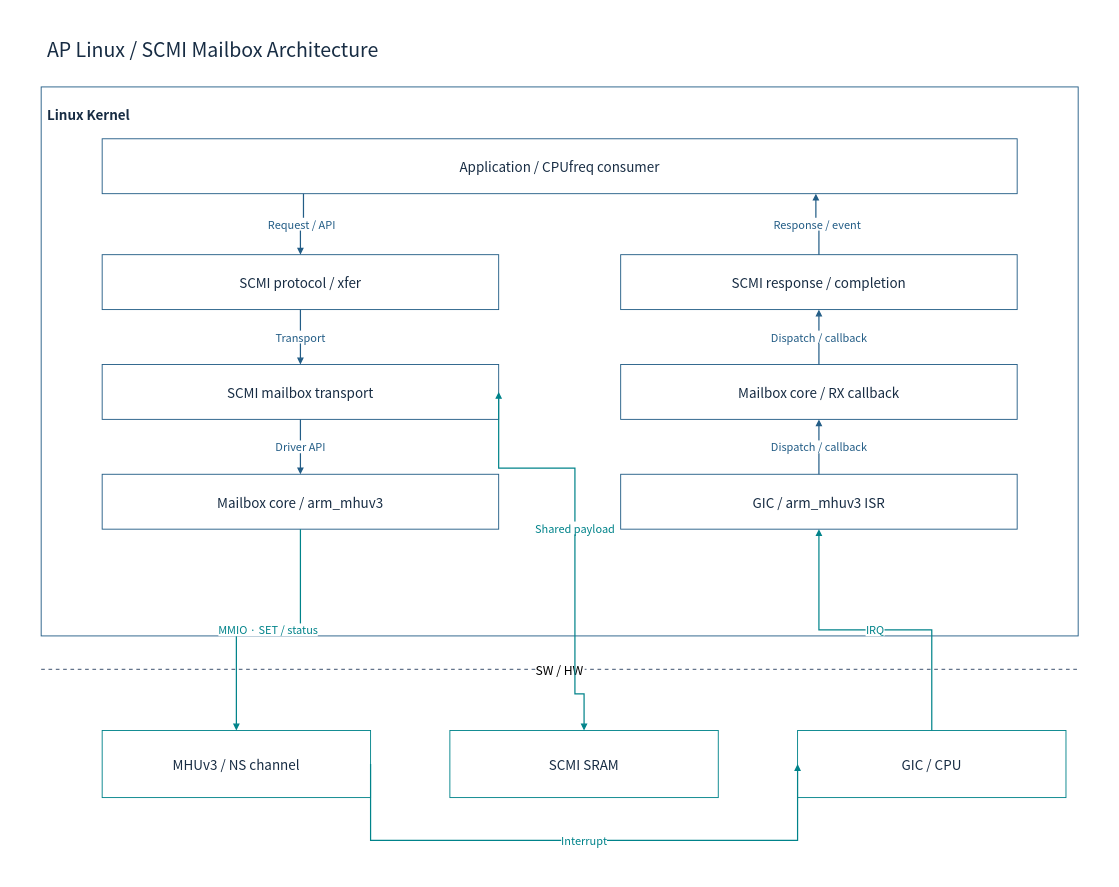
Earlier version of the draw.io diagram page "09-linux-software" (11 of 25) of doc/phase1/mailbox/apollo-mailbox-architecture.drawio (cometzero/project-apollo). Source tidied: cells renumbered, new cells numbered last; positions are measured from the earlier drawing's top-left corner, leaving out a move shared by most shapes. Both pictures are drawn from the tidied source at 61%, with x=0, y=0 at pixel (10, 10).
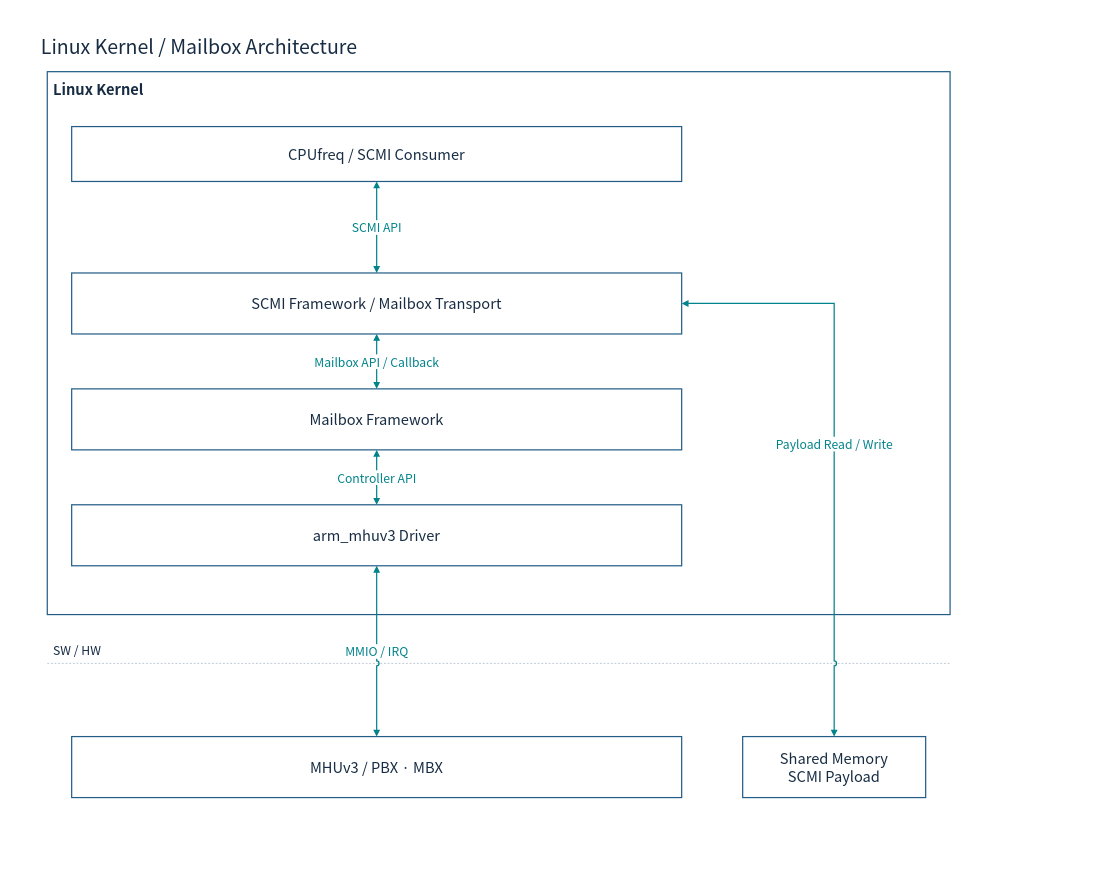
After the change.

Commit message (it also covers changes not shown here):
docs(mailbox): clarify topology and diagrams

Diff of the diagram source:
```diff
@@
-    <mxCell id="2" style="rounded=0;whiteSpace=wrap;html=1;fillColor=#FFFFFF;strokeColor=none;strokeWidth=1.5;fontColor=#172C43;fontFamily=Noto Sans CJK KR;fontSize=22;spacing=10;" parent="1" vertex="1">
-      <mxGeometry width="1800" height="1420" as="geometry" />
+    <mxCell id="2" style="rounded=0;whiteSpace=wrap;html=1;fillColor=#FFFFFF;strokeColor=#235D86;strokeWidth=2;fontColor=#172C43;fontFamily=Noto Sans CJK KR;fontSize=24;spacing=10;strokeColor=none;" parent="1" vertex="1">
+      <mxGeometry width="1600" height="1400" as="geometry" />
     </mxCell>
-    <mxCell id="3" value="AP Linux / SCMI Mailbox Architecture" style="rounded=0;whiteSpace=wrap;html=1;fillColor=#FFFFFF;strokeColor=none;strokeWidth=1.5;fontColor=#172C43;fontFamily=Noto Sans CJK KR;fontSize=22;spacing=10;fontSize=32;align=left;" parent="1" vertex="1">
-      <mxGeometry x="50" y="30" width="1700" height="65" as="geometry" />
+    <mxCell id="3" value="Linux Kernel / Mailbox Architecture" style="rounded=0;whiteSpace=wrap;html=1;fillColor=#FFFFFF;strokeColor=#235D86;strokeWidth=2;fontColor=#172C43;fontFamily=Noto Sans CJK KR;fontSize=24;spacing=10;strokeColor=none;fontSize=32;align=left;" parent="1" vertex="1">
+      <mxGeometry x="40" y="25" width="1520" height="65" as="geometry" />
     </mxCell>
-    <mxCell id="4" value="Linux Kernel" style="rounded=0;whiteSpace=wrap;html=1;fillColor=#FFFFFF;strokeColor=#235D86;strokeWidth=1.5;fontColor=#172C43;fontFamily=Noto Sans CJK KR;fontSize=22;spacing=10;verticalAlign=top;fontStyle=1;spacingTop=16;align=left;" parent="1" vertex="1">
-      <mxGeometry x="50" y="125" width="1700" height="900" as="geometry" />
+    <mxCell id="4" value="Linux Kernel" style="rounded=0;whiteSpace=wrap;html=1;fillColor=#FFFFFF;strokeColor=#235D86;strokeWidth=2;fontColor=#172C43;fontFamily=Noto Sans CJK KR;fontSize=24;spacing=10;verticalAlign=top;align=left;fontStyle=1;" parent="1" vertex="1">
+      <mxGeometry x="60" y="100" width="1480" height="890" as="geometry" />
     </mxCell>
-    <mxCell id="5" value="Application / CPUfreq consumer" style="rounded=0;whiteSpace=wrap;html=1;fillColor=#FFFFFF;strokeColor=#235D86;strokeWidth=1.5;fontColor=#172C43;fontFamily=Noto Sans CJK KR;fontSize=22;spacing=10;" parent="4" vertex="1">
-      <mxGeometry x="100" y="85" width="1500" height="90" as="geometry" />
+    <mxCell id="5" value="CPUfreq / SCMI Consumer" style="rounded=0;whiteSpace=wrap;html=1;fillColor=#FFFFFF;strokeColor=#235D86;strokeWidth=2;fontColor=#172C43;fontFamily=Noto Sans CJK KR;fontSize=24;spacing=10;" parent="4" vertex="1">
+      <mxGeometry x="40" y="90" width="1000" height="90" as="geometry" />
     </mxCell>
-    <mxCell id="6" value="SCMI protocol / xfer" style="rounded=0;whiteSpace=wrap;html=1;fillColor=#FFFFFF;strokeColor=#235D86;strokeWidth=1.5;fontColor=#172C43;fontFamily=Noto Sans CJK KR;fontSize=22;spacing=10;" parent="4" vertex="1">
-      <mxGeometry x="100" y="275" width="650" height="90" as="geometry" />
-    </mxCell>
-    <mxCell id="7" value="SCMI mailbox transport" style="rounded=0;whiteSpace=wrap;html=1;fillColor=#FFFFFF;strokeColor=#235D86;strokeWidth=1.5;fontColor=#172C43;fontFamily=Noto Sans CJK KR;fontSize=22;spacing=10;" parent="4" vertex="1">
-      <mxGeometry x="100" y="455" width="650" height="90" as="geometry" />
-    </mxCell>
-    <mxCell id="8" value="Mailbox core / arm_mhuv3" style="rounded=0;whiteSpace=wrap;html=1;fillColor=#FFFFFF;strokeColor=#235D86;strokeWidth=1.5;fontColor=#172C43;fontFamily=Noto Sans CJK KR;fontSize=22;spacing=10;" parent="4" vertex="1">
-      <mxGeometry x="100" y="635" width="650" height="90" as="geometry" />
-    </mxCell>
-    <mxCell id="9" value="SCMI response / completion" style="rounded=0;whiteSpace=wrap;html=1;fillColor=#FFFFFF;strokeColor=#235D86;strokeWidth=1.5;fontColor=#172C43;fontFamily=Noto Sans CJK KR;fontSize=22;spacing=10;" parent="4" vertex="1">
-      <mxGeometry x="950" y="275" width="650" height="90" as="geometry" />
-    </mxCell>
-    <mxCell id="10" value="Mailbox core / RX callback" style="rounded=0;whiteSpace=wrap;html=1;fillColor=#FFFFFF;strokeColor=#235D86;strokeWidth=1.5;fontColor=#172C43;fontFamily=Noto Sans CJK KR;fontSize=22;spacing=10;" parent="4" vertex="1">
-      <mxGeometry x="950" y="455" width="650" height="90" as="geometry" />
-    </mxCell>
-    <mxCell id="11" value="GIC / arm_mhuv3 ISR" style="rounded=0;whiteSpace=wrap;html=1;fillColor=#FFFFFF;strokeColor=#235D86;strokeWidth=1.5;fontColor=#172C43;fontFamily=Noto Sans CJK KR;fontSize=22;spacing=10;" parent="4" vertex="1">
-      <mxGeometry x="950" y="635" width="650" height="90" as="geometry" />
-    </mxCell>
-    <mxCell id="12" value="Request / API" style="edgeStyle=orthogonalEdgeStyle;rounded=0;html=1;endArrow=block;endFill=1;strokeWidth=2;strokeColor=#235D86;fontColor=#235D86;fontFamily=Noto Sans CJK KR;fontSize=18;labelBackgroundColor=#FFFFFF;exitX=0.22;exitY=1;entryX=0.5;entryY=0;" parent="1" edge="1" source="5" target="6">
-      <mxGeometry relative="1" as="geometry" />
-    </mxCell>
-    <mxCell id="13" value="Transport" style="edgeStyle=orthogonalEdgeStyle;rounded=0;html=1;endArrow=block;endFill=1;strokeWidth=2;strokeColor=#235D86;fontColor=#235D86;fontFamily=Noto Sans CJK KR;fontSize=18;labelBackgroundColor=#FFFFFF;exitX=0.5;exitY=1;entryX=0.5;entryY=0;" parent="1" edge="1" source="6" target="7">
-      <mxGeometry relative="1" as="geometry" />
-    </mxCell>
-    <mxCell id="14" value="Driver API" style="edgeStyle=orthogonalEdgeStyle;rounded=0;html=1;endArrow=block;endFill=1;strokeWidth=2;strokeColor=#235D86;fontColor=#235D86;fontFamily=Noto Sans CJK KR;fontSize=18;labelBackgroundColor=#FFFFFF;exitX=0.5;exitY=1;entryX=0.5;entryY=0;" parent="1" edge="1" source="7" target="8">
-      <mxGeometry relative="1" as="geometry" />
-    </mxCell>
-    <mxCell id="15" value="Dispatch / callback" style="edgeStyle=orthogonalEdgeStyle;rounded=0;html=1;endArrow=block;endFill=1;strokeWidth=2;strokeColor=#235D86;fontColor=#235D86;fontFamily=Noto Sans CJK KR;fontSize=18;labelBackgroundColor=#FFFFFF;exitX=0.5;exitY=0;entryX=0.5;entryY=1;" parent="1" edge="1" source="10" target="9">
-      <mxGeometry relative="1" as="geometry" />
-    </mxCell>
-    <mxCell id="16" value="Dispatch / callback" style="edgeStyle=orthogonalEdgeStyle;rounded=0;html=1;endArrow=block;endFill=1;strokeWidth=2;strokeColor=#235D86;fontColor=#235D86;fontFamily=Noto Sans CJK KR;fontSize=18;labelBackgroundColor=#FFFFFF;exitX=0.5;exitY=0;entryX=0.5;entryY=1;" parent="1" edge="1" source="11" target="10">
-      <mxGeometry relative="1" as="geometry" />
-    </mxCell>
-    <mxCell id="17" value="Response / event" style="edgeStyle=orthogonalEdgeStyle;rounded=0;html=1;endArrow=block;endFill=1;strokeWidth=2;strokeColor=#235D86;fontColor=#235D86;fontFamily=Noto Sans CJK KR;fontSize=18;labelBackgroundColor=#FFFFFF;exitX=0.5;exitY=0;entryX=0.78;entryY=1;" parent="1" edge="1" source="9" target="5">
-      <mxGeometry relative="1" as="geometry" />
-    </mxCell>
+    <mxCell id="26" value="SCMI Framework / Mailbox Transport" style="rounded=0;whiteSpace=wrap;html=1;fillColor=#FFFFFF;strokeColor=#235D86;strokeWidth=2;fontColor=#172C43;fontFamily=Noto Sans CJK KR;fontSize=24;spacing=10;" parent="4" vertex="1">
+      <mxGeometry x="40" y="330" width="1000" height="100" as="geometry" />
+    </mxCell>
+    <mxCell id="27" value="Mailbox Framework" style="rounded=0;whiteSpace=wrap;html=1;fillColor=#FFFFFF;strokeColor=#235D86;strokeWidth=2;fontColor=#172C43;fontFamily=Noto Sans CJK KR;fontSize=24;spacing=10;" parent="4" vertex="1">
+      <mxGeometry x="40" y="520" width="1000" height="100" as="geometry" />
+    </mxCell>
+    <mxCell id="28" value="arm_mhuv3 Driver" style="rounded=0;whiteSpace=wrap;html=1;fillColor=#FFFFFF;strokeColor=#235D86;strokeWidth=2;fontColor=#172C43;fontFamily=Noto Sans CJK KR;fontSize=24;spacing=10;" parent="4" vertex="1">
+      <mxGeometry x="40" y="710" width="1000" height="100" as="geometry" />
+    </mxCell>
+    <mxCell id="29" value="SCMI API" style="edgeStyle=orthogonalEdgeStyle;rounded=0;html=1;endArrow=block;endFill=1;strokeWidth=2;strokeColor=#00838A;fontColor=#00838A;fontFamily=Noto Sans CJK KR;fontSize=20;labelBackgroundColor=#FFFFFF;jumpStyle=arc;startArrow=block;startFill=1;exitX=0.5;exitY=1;entryX=0.5;entryY=0;" parent="1" edge="1" source="5" target="26">
+      <mxGeometry relative="1" as="geometry" />
+    </mxCell>
+    <mxCell id="30" value="Mailbox API / Callback" style="edgeStyle=orthogonalEdgeStyle;rounded=0;html=1;endArrow=block;endFill=1;strokeWidth=2;strokeColor=#00838A;fontColor=#00838A;fontFamily=Noto Sans CJK KR;fontSize=20;labelBackgroundColor=#FFFFFF;jumpStyle=arc;startArrow=block;startFill=1;exitX=0.5;exitY=1;entryX=0.5;entryY=0;" parent="1" edge="1" source="26" target="27">
+      <mxGeometry relative="1" as="geometry" />
+    </mxCell>
+    <mxCell id="31" value="Controller API" style="edgeStyle=orthogonalEdgeStyle;rounded=0;html=1;endArrow=block;endFill=1;strokeWidth=2;strokeColor=#00838A;fontColor=#00838A;fontFamily=Noto Sans CJK KR;fontSize=20;labelBackgroundColor=#FFFFFF;jumpStyle=arc;startArrow=block;startFill=1;exitX=0.5;exitY=1;entryX=0.5;entryY=0;" parent="1" edge="1" source="27" target="28">
+      <mxGeometry relative="1" as="geometry" />
+    </mxCell>
-    <mxCell id="18" value="SW / HW" style="endArrow=none;dashed=1;strokeColor=#64748B;strokeWidth=2;fontSize=20;labelBackgroundColor=#FFFFFF;fontFamily=Noto Sans CJK KR;" parent="1" edge="1">
-      <mxGeometry relative="1" as="geometry">
-        <mxPoint x="50" y="1080" as="sourcePoint" />
-        <mxPoint x="1750" y="1080" as="targetPoint" />
-      </mxGeometry>
+    <mxCell id="18" value="SW / HW" style="rounded=0;whiteSpace=wrap;html=1;fillColor=#FFFFFF;strokeColor=#235D86;strokeWidth=2;fontColor=#172C43;fontFamily=Noto Sans CJK KR;fontSize=24;spacing=10;strokeColor=none;align=left;fontSize=20;" parent="1" vertex="1">
+      <mxGeometry x="60" y="1030" width="1480" height="35" as="geometry" />
     </mxCell>
-    <mxCell id="19" value="MHUv3 / NS channel" style="rounded=0;whiteSpace=wrap;html=1;fillColor=#FFFFFF;strokeColor=#00838A;strokeWidth=1.5;fontColor=#172C43;fontFamily=Noto Sans CJK KR;fontSize=22;spacing=10;" parent="1" vertex="1">
-      <mxGeometry x="150" y="1180" width="440" height="110" as="geometry" />
-    </mxCell>
-    <mxCell id="20" value="SCMI SRAM" style="rounded=0;whiteSpace=wrap;html=1;fillColor=#FFFFFF;strokeColor=#00838A;strokeWidth=1.5;fontColor=#172C43;fontFamily=Noto Sans CJK KR;fontSize=22;spacing=10;" parent="1" vertex="1">
-      <mxGeometry x="720" y="1180" width="440" height="110" as="geometry" />
-    </mxCell>
-    <mxCell id="21" value="GIC / CPU" style="rounded=0;whiteSpace=wrap;html=1;fillColor=#FFFFFF;strokeColor=#00838A;strokeWidth=1.5;fontColor=#172C43;fontFamily=Noto Sans CJK KR;fontSize=22;spacing=10;" parent="1" vertex="1">
-      <mxGeometry x="1290" y="1180" width="440" height="110" as="geometry" />
-    </mxCell>
-    <mxCell id="22" value="MMIO · SET / status" style="edgeStyle=orthogonalEdgeStyle;rounded=0;html=1;endArrow=block;endFill=1;strokeWidth=2;strokeColor=#00838A;fontColor=#00838A;fontFamily=Noto Sans CJK KR;fontSize=18;labelBackgroundColor=#FFFFFF;exitX=0.5;exitY=1;entryX=0.5;entryY=0;" parent="1" edge="1" source="8" target="19">
-      <mxGeometry relative="1" as="geometry" />
-    </mxCell>
-    <mxCell id="23" value="IRQ" style="edgeStyle=orthogonalEdgeStyle;rounded=0;html=1;endArrow=block;endFill=1;strokeWidth=2;strokeColor=#00838A;fontColor=#00838A;fontFamily=Noto Sans CJK KR;fontSize=18;labelBackgroundColor=#FFFFFF;exitX=0.5;exitY=0;entryX=0.5;entryY=1;" parent="1" edge="1" source="21" target="11">
-      <mxGeometry relative="1" as="geometry" />
-    </mxCell>
-    <mxCell id="24" value="Interrupt" style="edgeStyle=orthogonalEdgeStyle;rounded=0;html=1;endArrow=block;endFill=1;strokeWidth=2;strokeColor=#00838A;fontColor=#00838A;fontFamily=Noto Sans CJK KR;fontSize=18;labelBackgroundColor=#FFFFFF;exitX=1;exitY=0.5;entryX=0;entryY=0.5;" parent="1" edge="1" source="19" target="21">
-      <mxGeometry relative="1" as="geometry">
-        <Array as="points">
-          <mxPoint x="650" y="1360" />
-          <mxPoint x="1500" y="1360" />
-        </Array>
-      </mxGeometry>
-    </mxCell>
-    <mxCell id="25" value="Shared payload" style="edgeStyle=orthogonalEdgeStyle;rounded=0;html=1;endArrow=block;endFill=1;strokeWidth=2;strokeColor=#00838A;fontColor=#00838A;fontFamily=Noto Sans CJK KR;fontSize=18;labelBackgroundColor=#FFFFFF;exitX=1;exitY=0.5;entryX=0.5;entryY=0;startArrow=block;startFill=1;" parent="1" edge="1" source="7" target="20">
-      <mxGeometry relative="1" as="geometry">
-        <Array as="points">
-          <mxPoint x="925" y="750" />
-          <mxPoint x="925" y="1120" />
-        </Array>
-      </mxGeometry>
-    </mxCell>
+    <mxCell id="32" style="endArrow=none;dashed=1;strokeColor=#94A3B8;" parent="1" edge="1">
+      <mxGeometry relative="1" as="geometry">
+        <mxPoint x="60" y="1070" as="sourcePoint" />
+        <mxPoint x="1540" y="1070" as="targetPoint" />
+      </mxGeometry>
+    </mxCell>
+    <mxCell id="33" value="MHUv3 / PBX · MBX" style="rounded=0;whiteSpace=wrap;html=1;fillColor=#FFFFFF;strokeColor=#235D86;strokeWidth=2;fontColor=#172C43;fontFamily=Noto Sans CJK KR;fontSize=24;spacing=10;" parent="1" vertex="1">
+      <mxGeometry x="100" y="1190" width="1000" height="100" as="geometry" />
+    </mxCell>
+    <mxCell id="34" value="Shared Memory&lt;br&gt;SCMI Payload" style="rounded=0;whiteSpace=wrap;html=1;fillColor=#FFFFFF;strokeColor=#235D86;strokeWidth=2;fontColor=#172C43;fontFamily=Noto Sans CJK KR;fontSize=24;spacing=10;" parent="1" vertex="1">
+      <mxGeometry x="1200" y="1190" width="300" height="100" as="geometry" />
+    </mxCell>
+    <mxCell id="35" value="MMIO / IRQ" style="edgeStyle=orthogonalEdgeStyle;rounded=0;html=1;endArrow=block;endFill=1;strokeWidth=2;strokeColor=#00838A;fontColor=#00838A;fontFamily=Noto Sans CJK KR;fontSize=20;labelBackgroundColor=#FFFFFF;jumpStyle=arc;startArrow=block;startFill=1;exitX=0.5;exitY=1;entryX=0.5;entryY=0;" parent="1" edge="1" source="28" target="33">
+      <mxGeometry relative="1" as="geometry" />
+    </mxCell>
+    <mxCell id="36" value="Payload Read / Write" style="edgeStyle=orthogonalEdgeStyle;rounded=0;html=1;endArrow=block;endFill=1;strokeWidth=2;strokeColor=#00838A;fontColor=#00838A;fontFamily=Noto Sans CJK KR;fontSize=20;labelBackgroundColor=#FFFFFF;jumpStyle=arc;startArrow=block;startFill=1;exitX=1;exitY=0.5;entryX=0.5;entryY=0;" parent="1" edge="1" source="26" target="34">
+      <mxGeometry relative="1" as="geometry">
+        <Array as="points">
+          <mxPoint x="1350" y="480" />
+          <mxPoint x="1350" y="1100" />
+        </Array>
+      </mxGeometry>
+    </mxCell>
```
